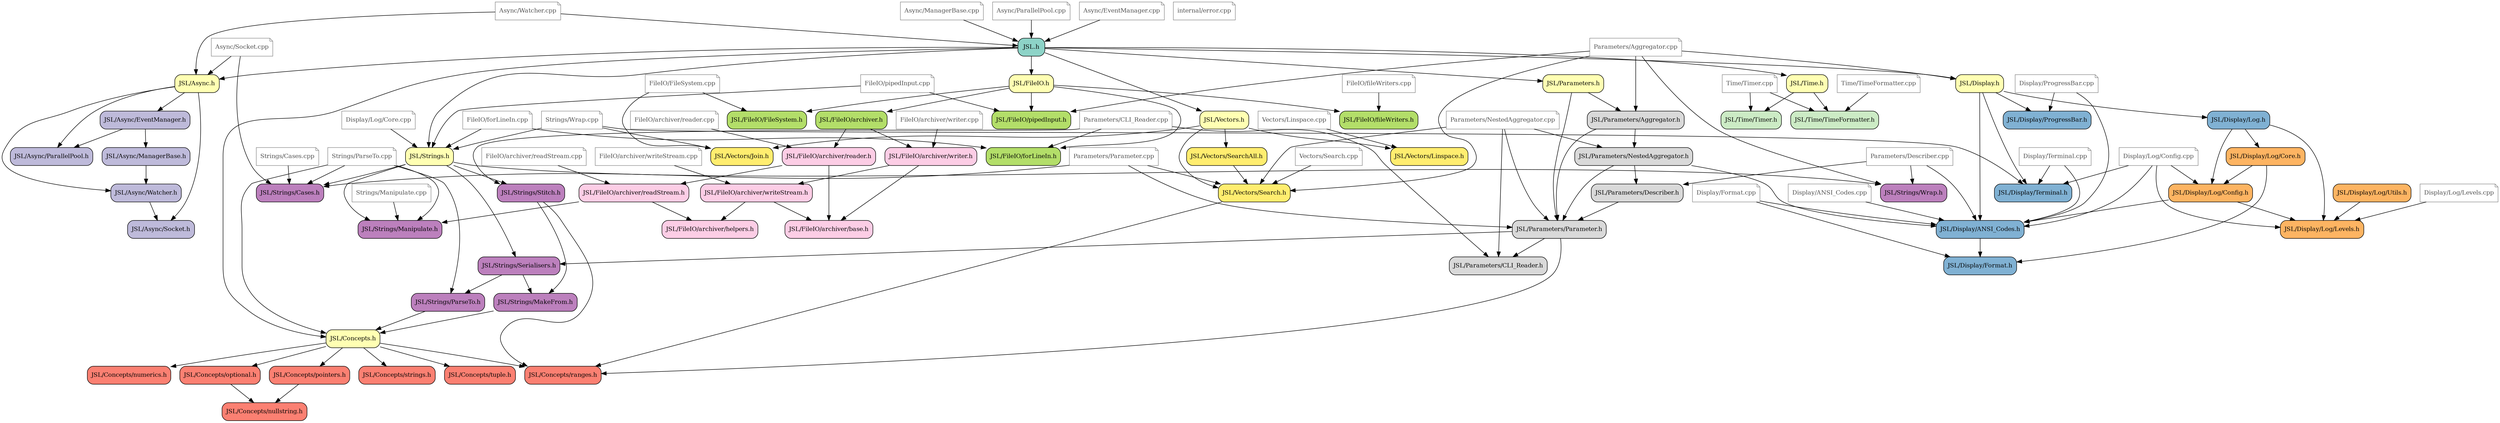
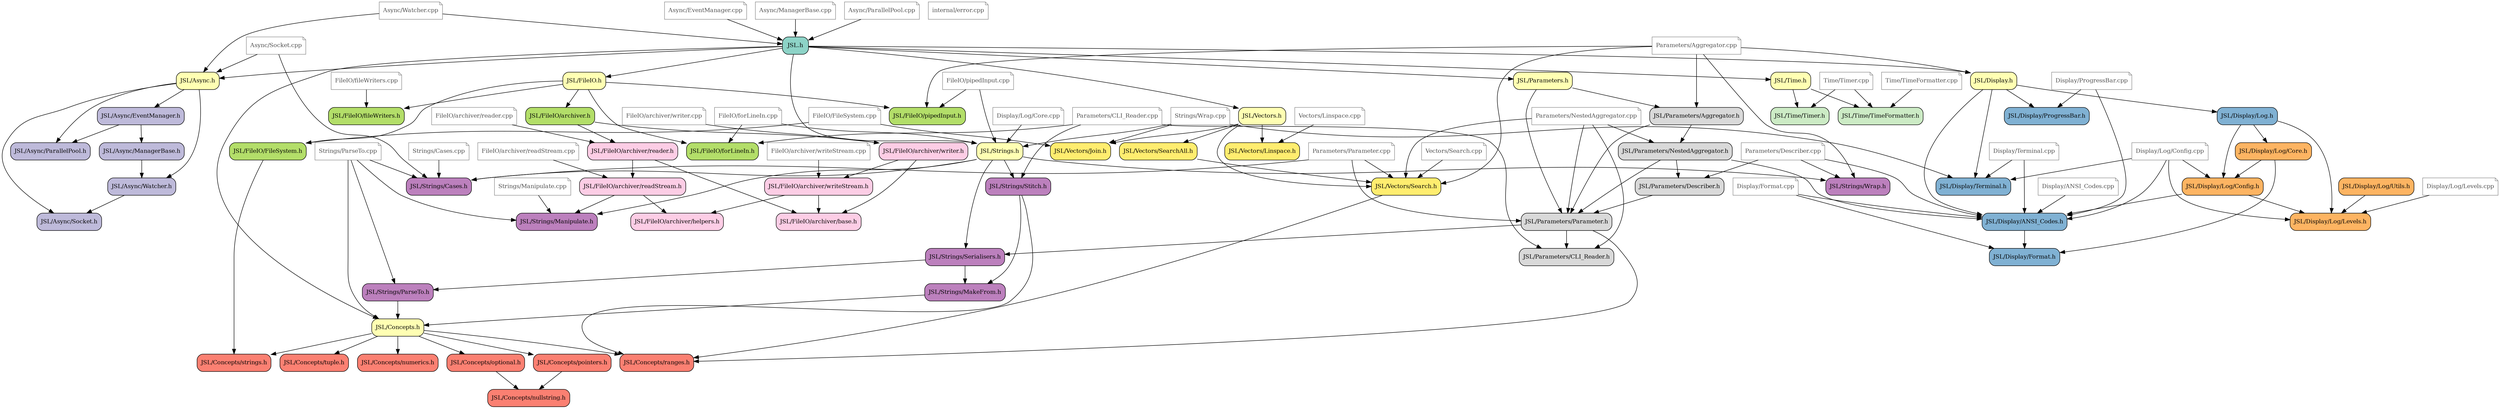
digraph codeviz {
    splines=true
    sep="+15,15"
    overlap=false

    node [shape=Mrecord, fontsize=12]

    node [fillcolor = "#8dd3c7",shape="Mrecord", style = "filled"] "include/JSL.h"                             [label = "JSL.h"]
    node [fillcolor = "#ffffb3",shape="Mrecord", style = "filled"] "include/JSL/Async.h"                       [label = "JSL/Async.h"]
    node [fillcolor = "#bebada",shape="Mrecord", style = "filled"] "include/JSL/Async/EventManager.h"          [label = "JSL/Async/EventManager.h"]
    node [fillcolor = "#bebada",shape="Mrecord", style = "filled"] "include/JSL/Async/ManagerBase.h"           [label = "JSL/Async/ManagerBase.h"]
    node [fillcolor = "#bebada",shape="Mrecord", style = "filled"] "include/JSL/Async/ParallelPool.h"          [label = "JSL/Async/ParallelPool.h"]
    node [fillcolor = "#bebada",shape="Mrecord", style = "filled"] "include/JSL/Async/Socket.h"                [label = "JSL/Async/Socket.h"]
    node [fillcolor = "#bebada",shape="Mrecord", style = "filled"] "include/JSL/Async/Watcher.h"               [label = "JSL/Async/Watcher.h"]
    node [fillcolor = "#ffffb3",shape="Mrecord", style = "filled"] "include/JSL/Concepts.h"                    [label = "JSL/Concepts.h"]
    node [fillcolor = "#fb8072",shape="Mrecord", style = "filled"] "include/JSL/Concepts/nullstring.h"         [label = "JSL/Concepts/nullstring.h"]
    node [fillcolor = "#fb8072",shape="Mrecord", style = "filled"] "include/JSL/Concepts/numerics.h"           [label = "JSL/Concepts/numerics.h"]
    node [fillcolor = "#fb8072",shape="Mrecord", style = "filled"] "include/JSL/Concepts/optional.h"           [label = "JSL/Concepts/optional.h"]
    node [fillcolor = "#fb8072",shape="Mrecord", style = "filled"] "include/JSL/Concepts/pointers.h"           [label = "JSL/Concepts/pointers.h"]
    node [fillcolor = "#fb8072",shape="Mrecord", style = "filled"] "include/JSL/Concepts/ranges.h"             [label = "JSL/Concepts/ranges.h"]
    node [fillcolor = "#fb8072",shape="Mrecord", style = "filled"] "include/JSL/Concepts/strings.h"            [label = "JSL/Concepts/strings.h"]
    node [fillcolor = "#fb8072",shape="Mrecord", style = "filled"] "include/JSL/Concepts/tuple.h"              [label = "JSL/Concepts/tuple.h"]
    node [fillcolor = "#ffffb3",shape="Mrecord", style = "filled"] "include/JSL/Display.h"                     [label = "JSL/Display.h"]
    node [fillcolor = "#80b1d3",shape="Mrecord", style = "filled"] "include/JSL/Display/ANSI_Codes.h"          [label = "JSL/Display/ANSI_Codes.h"]
    node [fillcolor = "#80b1d3",shape="Mrecord", style = "filled"] "include/JSL/Display/Format.h"              [label = "JSL/Display/Format.h"]
    node [fillcolor = "#80b1d3",shape="Mrecord", style = "filled"] "include/JSL/Display/Log.h"                 [label = "JSL/Display/Log.h"]
    node [fillcolor = "#fdb462",shape="Mrecord", style = "filled"] "include/JSL/Display/Log/Config.h"          [label = "JSL/Display/Log/Config.h"]
    node [fillcolor = "#fdb462",shape="Mrecord", style = "filled"] "include/JSL/Display/Log/Core.h"            [label = "JSL/Display/Log/Core.h"]
    node [fillcolor = "#fdb462",shape="Mrecord", style = "filled"] "include/JSL/Display/Log/Levels.h"          [label = "JSL/Display/Log/Levels.h"]
    node [fillcolor = "#fdb462",shape="Mrecord", style = "filled"] "include/JSL/Display/Log/Utils.h"           [label = "JSL/Display/Log/Utils.h"]
    node [fillcolor = "#80b1d3",shape="Mrecord", style = "filled"] "include/JSL/Display/ProgressBar.h"         [label = "JSL/Display/ProgressBar.h"]
    node [fillcolor = "#80b1d3",shape="Mrecord", style = "filled"] "include/JSL/Display/Terminal.h"            [label = "JSL/Display/Terminal.h"]
    node [fillcolor = "#ffffb3",shape="Mrecord", style = "filled"] "include/JSL/FileIO.h"                      [label = "JSL/FileIO.h"]
    node [fillcolor = "#b3de69",shape="Mrecord", style = "filled"] "include/JSL/FileIO/FileSystem.h"           [label = "JSL/FileIO/FileSystem.h"]
    node [fillcolor = "#b3de69",shape="Mrecord", style = "filled"] "include/JSL/FileIO/archiver.h"             [label = "JSL/FileIO/archiver.h"]
    node [fillcolor = "#fccde5",shape="Mrecord", style = "filled"] "include/JSL/FileIO/archiver/base.h"        [label = "JSL/FileIO/archiver/base.h"]
    node [fillcolor = "#fccde5",shape="Mrecord", style = "filled"] "include/JSL/FileIO/archiver/helpers.h"     [label = "JSL/FileIO/archiver/helpers.h"]
    node [fillcolor = "#fccde5",shape="Mrecord", style = "filled"] "include/JSL/FileIO/archiver/readStream.h"  [label = "JSL/FileIO/archiver/readStream.h"]
    node [fillcolor = "#fccde5",shape="Mrecord", style = "filled"] "include/JSL/FileIO/archiver/reader.h"      [label = "JSL/FileIO/archiver/reader.h"]
    node [fillcolor = "#fccde5",shape="Mrecord", style = "filled"] "include/JSL/FileIO/archiver/writeStream.h" [label = "JSL/FileIO/archiver/writeStream.h"]
    node [fillcolor = "#fccde5",shape="Mrecord", style = "filled"] "include/JSL/FileIO/archiver/writer.h"      [label = "JSL/FileIO/archiver/writer.h"]
    node [fillcolor = "#b3de69",shape="Mrecord", style = "filled"] "include/JSL/FileIO/fileWriters.h"          [label = "JSL/FileIO/fileWriters.h"]
    node [fillcolor = "#b3de69",shape="Mrecord", style = "filled"] "include/JSL/FileIO/forLineIn.h"            [label = "JSL/FileIO/forLineIn.h"]
    node [fillcolor = "#b3de69",shape="Mrecord", style = "filled"] "include/JSL/FileIO/pipedInput.h"           [label = "JSL/FileIO/pipedInput.h"]
    node [fillcolor = "#ffffb3",shape="Mrecord", style = "filled"] "include/JSL/Parameters.h"                  [label = "JSL/Parameters.h"]
    node [fillcolor = "#d9d9d9",shape="Mrecord", style = "filled"] "include/JSL/Parameters/Aggregator.h"       [label = "JSL/Parameters/Aggregator.h"]
    node [fillcolor = "#d9d9d9",shape="Mrecord", style = "filled"] "include/JSL/Parameters/CLI_Reader.h"       [label = "JSL/Parameters/CLI_Reader.h"]
    node [fillcolor = "#d9d9d9",shape="Mrecord", style = "filled"] "include/JSL/Parameters/Describer.h"        [label = "JSL/Parameters/Describer.h"]
    node [fillcolor = "#d9d9d9",shape="Mrecord", style = "filled"] "include/JSL/Parameters/NestedAggregator.h" [label = "JSL/Parameters/NestedAggregator.h"]
    node [fillcolor = "#d9d9d9",shape="Mrecord", style = "filled"] "include/JSL/Parameters/Parameter.h"        [label = "JSL/Parameters/Parameter.h"]
    node [fillcolor = "#ffffb3",shape="Mrecord", style = "filled"] "include/JSL/Strings.h"                     [label = "JSL/Strings.h"]
    node [fillcolor = "#bc80bd",shape="Mrecord", style = "filled"] "include/JSL/Strings/Cases.h"               [label = "JSL/Strings/Cases.h"]
    node [fillcolor = "#bc80bd",shape="Mrecord", style = "filled"] "include/JSL/Strings/MakeFrom.h"            [label = "JSL/Strings/MakeFrom.h"]
    node [fillcolor = "#bc80bd",shape="Mrecord", style = "filled"] "include/JSL/Strings/Manipulate.h"          [label = "JSL/Strings/Manipulate.h"]
    node [fillcolor = "#bc80bd",shape="Mrecord", style = "filled"] "include/JSL/Strings/ParseTo.h"             [label = "JSL/Strings/ParseTo.h"]
    node [fillcolor = "#bc80bd",shape="Mrecord", style = "filled"] "include/JSL/Strings/Serialisers.h"         [label = "JSL/Strings/Serialisers.h"]
    node [fillcolor = "#bc80bd",shape="Mrecord", style = "filled"] "include/JSL/Strings/Stitch.h"              [label = "JSL/Strings/Stitch.h"]
    node [fillcolor = "#bc80bd",shape="Mrecord", style = "filled"] "include/JSL/Strings/Wrap.h"                [label = "JSL/Strings/Wrap.h"]
    node [fillcolor = "#ffffb3",shape="Mrecord", style = "filled"] "include/JSL/Time.h"                        [label = "JSL/Time.h"]
    node [fillcolor = "#ccebc5",shape="Mrecord", style = "filled"] "include/JSL/Time/TimeFormatter.h"          [label = "JSL/Time/TimeFormatter.h"]
    node [fillcolor = "#ccebc5",shape="Mrecord", style = "filled"] "include/JSL/Time/Timer.h"                  [label = "JSL/Time/Timer.h"]
    node [fillcolor = "#ffffb3",shape="Mrecord", style = "filled"] "include/JSL/Vectors.h"                     [label = "JSL/Vectors.h"]
    node [fillcolor = "#ffed6f",shape="Mrecord", style = "filled"] "include/JSL/Vectors/Join.h"                [label = "JSL/Vectors/Join.h"]
    node [fillcolor = "#ffed6f",shape="Mrecord", style = "filled"] "include/JSL/Vectors/Linspace.h"            [label = "JSL/Vectors/Linspace.h"]
    node [fillcolor = "#ffed6f",shape="Mrecord", style = "filled"] "include/JSL/Vectors/Search.h"              [label = "JSL/Vectors/Search.h"]
    node [fillcolor = "#ffed6f",shape="Mrecord", style = "filled"] "include/JSL/Vectors/SearchAll.h"           [label = "JSL/Vectors/SearchAll.h"]
    node [fillcolor = "#8B8B8B",style="", shape="note", color="#8c8c8c", fontcolor="#4b4b4b"] "src/Async/EventManager.cpp"                [label = "Async/EventManager.cpp"]
    node [fillcolor = "#8B8B8B",style="", shape="note", color="#8c8c8c", fontcolor="#4b4b4b"] "src/Async/ManagerBase.cpp"                 [label = "Async/ManagerBase.cpp"]
    node [fillcolor = "#8B8B8B",style="", shape="note", color="#8c8c8c", fontcolor="#4b4b4b"] "src/Async/ParallelPool.cpp"                [label = "Async/ParallelPool.cpp"]
    node [fillcolor = "#8B8B8B",style="", shape="note", color="#8c8c8c", fontcolor="#4b4b4b"] "src/Async/Socket.cpp"                      [label = "Async/Socket.cpp"]
    node [fillcolor = "#8B8B8B",style="", shape="note", color="#8c8c8c", fontcolor="#4b4b4b"] "src/Async/Watcher.cpp"                     [label = "Async/Watcher.cpp"]
    node [fillcolor = "#8B8B8B",style="", shape="note", color="#8c8c8c", fontcolor="#4b4b4b"] "src/Display/ANSI_Codes.cpp"                [label = "Display/ANSI_Codes.cpp"]
    node [fillcolor = "#8B8B8B",style="", shape="note", color="#8c8c8c", fontcolor="#4b4b4b"] "src/Display/Format.cpp"                    [label = "Display/Format.cpp"]
    node [fillcolor = "#8B8B8B",style="", shape="note", color="#8c8c8c", fontcolor="#4b4b4b"] "src/Display/Log/Config.cpp"                [label = "Display/Log/Config.cpp"]
    node [fillcolor = "#8B8B8B",style="", shape="note", color="#8c8c8c", fontcolor="#4b4b4b"] "src/Display/Log/Core.cpp"                  [label = "Display/Log/Core.cpp"]
    node [fillcolor = "#8B8B8B",style="", shape="note", color="#8c8c8c", fontcolor="#4b4b4b"] "src/Display/Log/Levels.cpp"                [label = "Display/Log/Levels.cpp"]
    node [fillcolor = "#8B8B8B",style="", shape="note", color="#8c8c8c", fontcolor="#4b4b4b"] "src/Display/ProgressBar.cpp"               [label = "Display/ProgressBar.cpp"]
    node [fillcolor = "#8B8B8B",style="", shape="note", color="#8c8c8c", fontcolor="#4b4b4b"] "src/Display/Terminal.cpp"                  [label = "Display/Terminal.cpp"]
    node [fillcolor = "#8B8B8B",style="", shape="note", color="#8c8c8c", fontcolor="#4b4b4b"] "src/FileIO/FileSystem.cpp"                 [label = "FileIO/FileSystem.cpp"]
    node [fillcolor = "#8B8B8B",style="", shape="note", color="#8c8c8c", fontcolor="#4b4b4b"] "src/FileIO/archiver/readStream.cpp"        [label = "FileIO/archiver/readStream.cpp"]
    node [fillcolor = "#8B8B8B",style="", shape="note", color="#8c8c8c", fontcolor="#4b4b4b"] "src/FileIO/archiver/reader.cpp"            [label = "FileIO/archiver/reader.cpp"]
    node [fillcolor = "#8B8B8B",style="", shape="note", color="#8c8c8c", fontcolor="#4b4b4b"] "src/FileIO/archiver/writeStream.cpp"       [label = "FileIO/archiver/writeStream.cpp"]
    node [fillcolor = "#8B8B8B",style="", shape="note", color="#8c8c8c", fontcolor="#4b4b4b"] "src/FileIO/archiver/writer.cpp"            [label = "FileIO/archiver/writer.cpp"]
    node [fillcolor = "#8B8B8B",style="", shape="note", color="#8c8c8c", fontcolor="#4b4b4b"] "src/FileIO/fileWriters.cpp"                [label = "FileIO/fileWriters.cpp"]
    node [fillcolor = "#8B8B8B",style="", shape="note", color="#8c8c8c", fontcolor="#4b4b4b"] "src/FileIO/forLineIn.cpp"                  [label = "FileIO/forLineIn.cpp"]
    node [fillcolor = "#8B8B8B",style="", shape="note", color="#8c8c8c", fontcolor="#4b4b4b"] "src/FileIO/pipedInput.cpp"                 [label = "FileIO/pipedInput.cpp"]
    node [fillcolor = "#8B8B8B",style="", shape="note", color="#8c8c8c", fontcolor="#4b4b4b"] "src/Parameters/Aggregator.cpp"             [label = "Parameters/Aggregator.cpp"]
    node [fillcolor = "#8B8B8B",style="", shape="note", color="#8c8c8c", fontcolor="#4b4b4b"] "src/Parameters/CLI_Reader.cpp"             [label = "Parameters/CLI_Reader.cpp"]
    node [fillcolor = "#8B8B8B",style="", shape="note", color="#8c8c8c", fontcolor="#4b4b4b"] "src/Parameters/Describer.cpp"              [label = "Parameters/Describer.cpp"]
    node [fillcolor = "#8B8B8B",style="", shape="note", color="#8c8c8c", fontcolor="#4b4b4b"] "src/Parameters/NestedAggregator.cpp"       [label = "Parameters/NestedAggregator.cpp"]
    node [fillcolor = "#8B8B8B",style="", shape="note", color="#8c8c8c", fontcolor="#4b4b4b"] "src/Parameters/Parameter.cpp"              [label = "Parameters/Parameter.cpp"]
    node [fillcolor = "#8B8B8B",style="", shape="note", color="#8c8c8c", fontcolor="#4b4b4b"] "src/Strings/Cases.cpp"                     [label = "Strings/Cases.cpp"]
    node [fillcolor = "#8B8B8B",style="", shape="note", color="#8c8c8c", fontcolor="#4b4b4b"] "src/Strings/Manipulate.cpp"                [label = "Strings/Manipulate.cpp"]
    node [fillcolor = "#8B8B8B",style="", shape="note", color="#8c8c8c", fontcolor="#4b4b4b"] "src/Strings/ParseTo.cpp"                   [label = "Strings/ParseTo.cpp"]
    node [fillcolor = "#8B8B8B",style="", shape="note", color="#8c8c8c", fontcolor="#4b4b4b"] "src/Strings/Wrap.cpp"                      [label = "Strings/Wrap.cpp"]
    node [fillcolor = "#8B8B8B",style="", shape="note", color="#8c8c8c", fontcolor="#4b4b4b"] "src/Time/TimeFormatter.cpp"                [label = "Time/TimeFormatter.cpp"]
    node [fillcolor = "#8B8B8B",style="", shape="note", color="#8c8c8c", fontcolor="#4b4b4b"] "src/Time/Timer.cpp"                        [label = "Time/Timer.cpp"]
    node [fillcolor = "#8B8B8B",style="", shape="note", color="#8c8c8c", fontcolor="#4b4b4b"] "src/Vectors/Linspace.cpp"                  [label = "Vectors/Linspace.cpp"]
    node [fillcolor = "#8B8B8B",style="", shape="note", color="#8c8c8c", fontcolor="#4b4b4b"] "src/Vectors/Search.cpp"                    [label = "Vectors/Search.cpp"]
    node [fillcolor = "#8B8B8B",style="", shape="note", color="#8c8c8c", fontcolor="#4b4b4b"] "src/internal/error.cpp"                    [label = "internal/error.cpp"]

    "include/JSL.h"                             -> "include/JSL/Display.h"
    "include/JSL.h"                             -> "include/JSL/FileIO.h"
    "include/JSL.h"                             -> "include/JSL/Parameters.h"
    "include/JSL.h"                             -> "include/JSL/Strings.h"
    "include/JSL.h"                             -> "include/JSL/Time.h"
    "include/JSL.h"                             -> "include/JSL/Vectors.h"
    "include/JSL.h"                             -> "include/JSL/Async.h"
    "include/JSL.h"                             -> "include/JSL/Concepts.h"
    "include/JSL/Async.h"                       -> "include/JSL/Async/Socket.h"
    "include/JSL/Async.h"                       -> "include/JSL/Async/Watcher.h"
    "include/JSL/Async.h"                       -> "include/JSL/Async/EventManager.h"
    "include/JSL/Async.h"                       -> "include/JSL/Async/ParallelPool.h"
    "include/JSL/Async/EventManager.h"          -> "include/JSL/Async/ManagerBase.h"
    "include/JSL/Async/EventManager.h"          -> "include/JSL/Async/ParallelPool.h"
    "include/JSL/Async/ManagerBase.h"           -> "include/JSL/Async/Watcher.h"
    "include/JSL/Async/Watcher.h"               -> "include/JSL/Async/Socket.h"
    "include/JSL/Concepts.h"                    -> "include/JSL/Concepts/ranges.h"
    "include/JSL/Concepts.h"                    -> "include/JSL/Concepts/tuple.h"
    "include/JSL/Concepts.h"                    -> "include/JSL/Concepts/numerics.h"
    "include/JSL/Concepts.h"                    -> "include/JSL/Concepts/strings.h"
    "include/JSL/Concepts.h"                    -> "include/JSL/Concepts/pointers.h"
    "include/JSL/Concepts.h"                    -> "include/JSL/Concepts/optional.h"
    "include/JSL/Concepts/optional.h"           -> "include/JSL/Concepts/nullstring.h"
    "include/JSL/Concepts/pointers.h"           -> "include/JSL/Concepts/nullstring.h"
    "include/JSL/Display.h"                     -> "include/JSL/Display/Log.h"
    "include/JSL/Display.h"                     -> "include/JSL/Display/ANSI_Codes.h"
    "include/JSL/Display.h"                     -> "include/JSL/Display/ProgressBar.h"
    "include/JSL/Display.h"                     -> "include/JSL/Display/Terminal.h"
    "include/JSL/Display/ANSI_Codes.h"          -> "include/JSL/Display/Format.h"
    "include/JSL/Display/Log.h"                 -> "include/JSL/Display/Log/Core.h"
    "include/JSL/Display/Log.h"                 -> "include/JSL/Display/Log/Config.h"
    "include/JSL/Display/Log.h"                 -> "include/JSL/Display/Log/Levels.h"
    "include/JSL/Display/Log/Config.h"          -> "include/JSL/Display/Log/Levels.h"
    "include/JSL/Display/Log/Config.h"          -> "include/JSL/Display/ANSI_Codes.h"
    "include/JSL/Display/Log/Core.h"            -> "include/JSL/Display/Log/Config.h"
    "include/JSL/Display/Log/Core.h"            -> "include/JSL/Display/Format.h"
    "include/JSL/Display/Log/Utils.h"           -> "include/JSL/Display/Log/Levels.h"
    "include/JSL/FileIO.h"                      -> "include/JSL/FileIO/forLineIn.h"
    "include/JSL/FileIO.h"                      -> "include/JSL/FileIO/FileSystem.h"
    "include/JSL/FileIO.h"                      -> "include/JSL/FileIO/fileWriters.h"
    "include/JSL/FileIO.h"                      -> "include/JSL/FileIO/pipedInput.h"
    "include/JSL/FileIO.h"                      -> "include/JSL/FileIO/archiver.h"
+     "include/JSL/FileIO/FileSystem.h"           -> "include/JSL/Concepts/strings.h"
    "include/JSL/FileIO/archiver.h"             -> "include/JSL/FileIO/archiver/writer.h"
    "include/JSL/FileIO/archiver.h"             -> "include/JSL/FileIO/archiver/reader.h"
    "include/JSL/FileIO/archiver/readStream.h"  -> "include/JSL/Strings/Manipulate.h"
    "include/JSL/FileIO/archiver/readStream.h"  -> "include/JSL/FileIO/archiver/helpers.h"
    "include/JSL/FileIO/archiver/reader.h"      -> "include/JSL/FileIO/archiver/base.h"
    "include/JSL/FileIO/archiver/reader.h"      -> "include/JSL/FileIO/archiver/readStream.h"
    "include/JSL/FileIO/archiver/writeStream.h" -> "include/JSL/FileIO/archiver/base.h"
    "include/JSL/FileIO/archiver/writeStream.h" -> "include/JSL/FileIO/archiver/helpers.h"
    "include/JSL/FileIO/archiver/writer.h"      -> "include/JSL/FileIO/archiver/base.h"
    "include/JSL/FileIO/archiver/writer.h"      -> "include/JSL/FileIO/archiver/writeStream.h"
    "include/JSL/Parameters.h"                  -> "include/JSL/Parameters/Parameter.h"
    "include/JSL/Parameters.h"                  -> "include/JSL/Parameters/Aggregator.h"
    "include/JSL/Parameters/Aggregator.h"       -> "include/JSL/Parameters/NestedAggregator.h"
    "include/JSL/Parameters/Aggregator.h"       -> "include/JSL/Parameters/Parameter.h"
    "include/JSL/Parameters/Describer.h"        -> "include/JSL/Parameters/Parameter.h"
    "include/JSL/Parameters/NestedAggregator.h" -> "include/JSL/Parameters/Parameter.h"
    "include/JSL/Parameters/NestedAggregator.h" -> "include/JSL/Display/ANSI_Codes.h"
    "include/JSL/Parameters/NestedAggregator.h" -> "include/JSL/Parameters/Describer.h"
    "include/JSL/Parameters/Parameter.h"      -> "include/JSL/Concepts/ranges.h"[weight=0.3]
    "include/JSL/Parameters/Parameter.h"        -> "include/JSL/Strings/Serialisers.h"
    "include/JSL/Parameters/Parameter.h"        -> "include/JSL/Parameters/CLI_Reader.h"
    "include/JSL/Strings.h"                     -> "include/JSL/Strings/Serialisers.h"
    "include/JSL/Strings.h"                     -> "include/JSL/Strings/Cases.h"
    "include/JSL/Strings.h"                     -> "include/JSL/Strings/Manipulate.h"
    "include/JSL/Strings.h"                     -> "include/JSL/Strings/Stitch.h"
    "include/JSL/Strings.h"                     -> "include/JSL/Strings/Wrap.h"
    "include/JSL/Strings/MakeFrom.h"            -> "include/JSL/Concepts.h"
    "include/JSL/Strings/ParseTo.h"             -> "include/JSL/Concepts.h"
    "include/JSL/Strings/Serialisers.h"         -> "include/JSL/Strings/MakeFrom.h"
    "include/JSL/Strings/Serialisers.h"         -> "include/JSL/Strings/ParseTo.h"
    "include/JSL/Strings/Stitch.h"              -> "include/JSL/Strings/MakeFrom.h"
    "include/JSL/Strings/Stitch.h"            -> "include/JSL/Concepts/ranges.h"[weight=0.3]
    "include/JSL/Time.h"                        -> "include/JSL/Time/Timer.h"
    "include/JSL/Time.h"                        -> "include/JSL/Time/TimeFormatter.h"
    "include/JSL/Vectors.h"                     -> "include/JSL/Vectors/Search.h"
    "include/JSL/Vectors.h"                     -> "include/JSL/Vectors/SearchAll.h"
    "include/JSL/Vectors.h"                     -> "include/JSL/Vectors/Join.h"
    "include/JSL/Vectors.h"                     -> "include/JSL/Vectors/Linspace.h"
    "include/JSL/Vectors/Search.h"            -> "include/JSL/Concepts/ranges.h"[weight=0.3]
    "include/JSL/Vectors/SearchAll.h"           -> "include/JSL/Vectors/Search.h"
    "src/Async/EventManager.cpp"                -> "include/JSL.h"
    "src/Async/ManagerBase.cpp"                 -> "include/JSL.h"
    "src/Async/ParallelPool.cpp"                -> "include/JSL.h"

    "src/Async/Socket.cpp"                      -> "include/JSL/Async.h"
    "src/Async/Socket.cpp"                      -> "include/JSL/Strings/Cases.h"

    "src/Async/Watcher.cpp"                     -> "include/JSL/Async.h"

    "src/Async/Watcher.cpp"                     -> "include/JSL.h"
    "src/Display/ANSI_Codes.cpp"                -> "include/JSL/Display/ANSI_Codes.h"
    "src/Display/Format.cpp"                    -> "include/JSL/Display/Format.h"
    "src/Display/Format.cpp"                    -> "include/JSL/Display/ANSI_Codes.h"
    "src/Display/Log/Config.cpp"                -> "include/JSL/Display/Log/Config.h"
    "src/Display/Log/Config.cpp"                -> "include/JSL/Display/Log/Levels.h"
    "src/Display/Log/Config.cpp"                -> "include/JSL/Display/ANSI_Codes.h"
    "src/Display/Log/Config.cpp"                -> "include/JSL/Display/Terminal.h"

    "src/Display/Log/Core.cpp"                  -> "include/JSL/Strings.h"
    "src/Display/Log/Levels.cpp"                -> "include/JSL/Display/Log/Levels.h"
    "src/Display/ProgressBar.cpp"               -> "include/JSL/Display/ProgressBar.h"
    "src/Display/ProgressBar.cpp"               -> "include/JSL/Display/ANSI_Codes.h"

    "src/Display/Terminal.cpp"                  -> "include/JSL/Display/Terminal.h"
    "src/Display/Terminal.cpp"                  -> "include/JSL/Display/ANSI_Codes.h"
    "src/FileIO/FileSystem.cpp"                 -> "include/JSL/FileIO/FileSystem.h"
    "src/FileIO/FileSystem.cpp"                 -> "include/JSL/Vectors/Join.h"

    "src/FileIO/archiver/readStream.cpp"        -> "include/JSL/FileIO/archiver/readStream.h"
    "src/FileIO/archiver/reader.cpp"            -> "include/JSL/FileIO/archiver/reader.h"
    "src/FileIO/archiver/writeStream.cpp"       -> "include/JSL/FileIO/archiver/writeStream.h"
    "src/FileIO/archiver/writer.cpp"            -> "include/JSL/FileIO/archiver/writer.h"

    "src/FileIO/fileWriters.cpp"                -> "include/JSL/FileIO/fileWriters.h"
    "src/FileIO/forLineIn.cpp"                  -> "include/JSL/FileIO/forLineIn.h"
    "src/FileIO/forLineIn.cpp"                  -> "include/JSL/Strings.h"
    "src/FileIO/pipedInput.cpp"                 -> "include/JSL/FileIO/pipedInput.h"
    "src/FileIO/pipedInput.cpp"                 -> "include/JSL/Strings.h"
    "src/Parameters/Aggregator.cpp"             -> "include/JSL/Parameters/Aggregator.h"
    "src/Parameters/Aggregator.cpp"             -> "include/JSL/Vectors/Search.h"
    "src/Parameters/Aggregator.cpp"             -> "include/JSL/Strings/Wrap.h"
    "src/Parameters/Aggregator.cpp"             -> "include/JSL/Display.h"
    "src/Parameters/Aggregator.cpp"             -> "include/JSL/FileIO/pipedInput.h"
    "src/Parameters/CLI_Reader.cpp"             -> "include/JSL/Parameters/CLI_Reader.h"
    "src/Parameters/CLI_Reader.cpp"             -> "include/JSL/FileIO/forLineIn.h"
    "src/Parameters/CLI_Reader.cpp"             -> "include/JSL/Strings/Stitch.h"
    "src/Parameters/Describer.cpp"              -> "include/JSL/Parameters/Describer.h"
    "src/Parameters/Describer.cpp"              -> "include/JSL/Display/ANSI_Codes.h"
    "src/Parameters/Describer.cpp"              -> "include/JSL/Strings/Wrap.h"
    "src/Parameters/NestedAggregator.cpp"       -> "include/JSL/Parameters/NestedAggregator.h"
    "src/Parameters/NestedAggregator.cpp"       -> "include/JSL/Parameters/Parameter.h"
    "src/Parameters/NestedAggregator.cpp"       -> "include/JSL/Parameters/CLI_Reader.h"
    "src/Parameters/NestedAggregator.cpp"       -> "include/JSL/Vectors/Search.h"

    "src/Parameters/Parameter.cpp"              -> "include/JSL/Parameters/Parameter.h"
    "src/Parameters/Parameter.cpp"              -> "include/JSL/Vectors/Search.h"
    "src/Parameters/Parameter.cpp"              -> "include/JSL/Strings/Cases.h"
    "src/Strings/Cases.cpp"                     -> "include/JSL/Strings/Cases.h"
    "src/Strings/Manipulate.cpp"                -> "include/JSL/Strings/Manipulate.h"
    "src/Strings/ParseTo.cpp"                   -> "include/JSL/Strings/ParseTo.h"
    "src/Strings/ParseTo.cpp"                   -> "include/JSL/Strings/Cases.h"
    "src/Strings/ParseTo.cpp"                   -> "include/JSL/Concepts.h"
    "src/Strings/ParseTo.cpp"                   -> "include/JSL/Strings/Manipulate.h"
    "src/Strings/Wrap.cpp"                      -> "include/JSL/Strings.h"
    "src/Strings/Wrap.cpp"                      -> "include/JSL/Vectors/Join.h"
    "src/Strings/Wrap.cpp"                      -> "include/JSL/Display/Terminal.h"
    "src/Time/TimeFormatter.cpp"                -> "include/JSL/Time/TimeFormatter.h"
    "src/Time/Timer.cpp"                        -> "include/JSL/Time/Timer.h"
    "src/Time/Timer.cpp"                        -> "include/JSL/Time/TimeFormatter.h"
    "src/Vectors/Linspace.cpp"                  -> "include/JSL/Vectors/Linspace.h"
    "src/Vectors/Search.cpp"                    -> "include/JSL/Vectors/Search.h"

}
